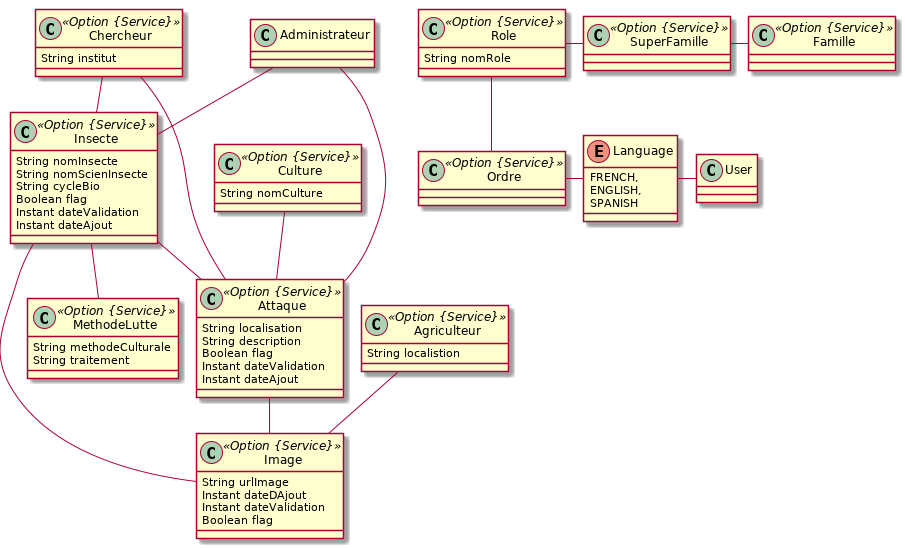
This is model.png from Mzbf/ArSATolProject, a PlantUML export, as it was before one commit. Its diagram source:
```plantuml
@startuml
	!pragma graphviz_dot jdot
	!pragma syntax class
	class Insecte <<Option {Service}>> {
		String nomInsecte
		String nomScienInsecte
		String cycleBio
		Boolean flag
		Instant dateValidation
		Instant dateAjout
	}
	class Attaque <<Option {Service}>> {
		String localisation
		String description
		Boolean flag
		Instant dateValidation
		Instant dateAjout
	}
	class MethodeLutte <<Option {Service}>> {
		String methodeCulturale
		String traitement
	}
	class Culture <<Option {Service}>> {
		String nomCulture
	}
	class Image <<Option {Service}>> {
		String urlImage
		Instant dateDAjout
		Instant dateValidation
		Boolean flag
	}
	class Role <<Option {Service}>> {
		String nomRole
	}
	class Agriculteur <<Option {Service}>> {
		String localistion
	}
	class Chercheur <<Option {Service}>> {
		String institut
	}
	class Administrateur  {
	}
	class SuperFamille <<Option {Service}>> {
	}
	class Famille <<Option {Service}>> {
	}
	class Ordre <<Option {Service}>> {
	}
	enum Language {
		FRENCH,
		ENGLISH,
		SPANISH
	}
	Insecte  "attaque 0..1 " --o "0..* "  Attaque
	Culture  "attaque 0..1 " --o "0..* "  Attaque
	Chercheur  "ajoutInsecte 0..1 " --o "0..* "  Insecte
	Chercheur  "ajoutAttaque 0..1 " --o "0..* "  Attaque
	Administrateur  "adminAjoutInsecte 0..1 " --o "0..* "  Insecte
	Administrateur  "adminAjoutAttaque 0..1 " --o "0..* "  Attaque
	Insecte  "methode 0..1 " -- "0..1 "  MethodeLutte
	Attaque  "imageAttaque 0..1 " --o "0..* "  Image
	Insecte  "imageInsecte 0..1 " --o "0..* "  Image
	Agriculteur  "imageSend 0..1 " --o "0..* "  Image
	class User  {
	}
@enduml
```
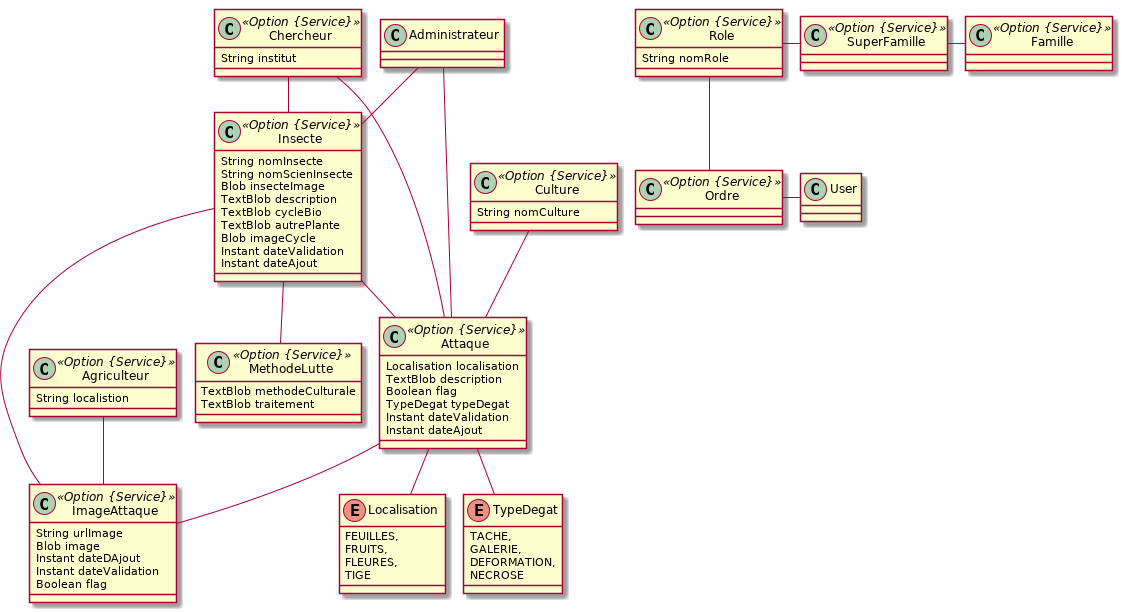
The same file after the commit.

What changed in the source:
```diff
@@ -4,27 +4,34 @@
 	class Insecte <<Option {Service}>> {
 		String nomInsecte
 		String nomScienInsecte
-		String cycleBio
-		Boolean flag
+		Blob insecteImage
+		TextBlob description
+		TextBlob cycleBio
+		TextBlob autrePlante
+		Blob imageCycle
 		Instant dateValidation
 		Instant dateAjout
 	}
 	class Attaque <<Option {Service}>> {
-		String localisation
-		String description
+		Localisation localisation
+		TextBlob description
 		Boolean flag
+		TypeDegat typeDegat
 		Instant dateValidation
 		Instant dateAjout
 	}
+	Attaque ..> Localisation
+	Attaque ..> TypeDegat
 	class MethodeLutte <<Option {Service}>> {
-		String methodeCulturale
-		String traitement
+		TextBlob methodeCulturale
+		TextBlob traitement
 	}
 	class Culture <<Option {Service}>> {
 		String nomCulture
 	}
-	class Image <<Option {Service}>> {
+	class ImageAttaque <<Option {Service}>> {
 		String urlImage
+		Blob image
 		Instant dateDAjout
 		Instant dateValidation
 		Boolean flag
@@ -46,10 +53,17 @@
 	}
 	class Ordre <<Option {Service}>> {
 	}
-	enum Language {
-		FRENCH,
-		ENGLISH,
-		SPANISH
+	enum TypeDegat {
+		TACHE,
+		GALERIE,
+		DEFORMATION,
+		NECROSE
+	}
+	enum Localisation {
+		FEUILLES,
+		FRUITS,
+		FLEURES,
+		TIGE
 	}
 	Insecte  "attaque 0..1 " --o "0..* "  Attaque
 	Culture  "attaque 0..1 " --o "0..* "  Attaque
@@ -58,9 +72,9 @@
 	Administrateur  "adminAjoutInsecte 0..1 " --o "0..* "  Insecte
 	Administrateur  "adminAjoutAttaque 0..1 " --o "0..* "  Attaque
 	Insecte  "methode 0..1 " -- "0..1 "  MethodeLutte
-	Attaque  "imageAttaque 0..1 " --o "0..* "  Image
-	Insecte  "imageInsecte 0..1 " --o "0..* "  Image
-	Agriculteur  "imageSend 0..1 " --o "0..* "  Image
+	Attaque  "imageAttaque 0..1 " --o "0..* "  ImageAttaque
+	Insecte  "imageInsecte 0..1 " --o "0..* "  ImageAttaque
+	Agriculteur  "imageSend 0..1 " --o "0..* "  ImageAttaque
 	class User  {
 	}
 @enduml
```
